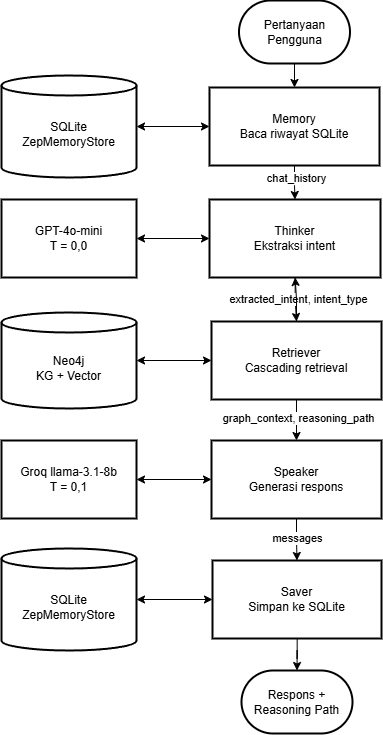
jijiau/Tugas-Akhir-GraphRAG-Kubernetes keeps this draw.io diagram as docs/TA-STI-template-1.0/images/Agent-Interaction.png. Above is the earlier version. Source tidied: cells renumbered, new cells last; positions are measured from the earlier drawing's top-left corner, leaving out a move shared by most shapes.
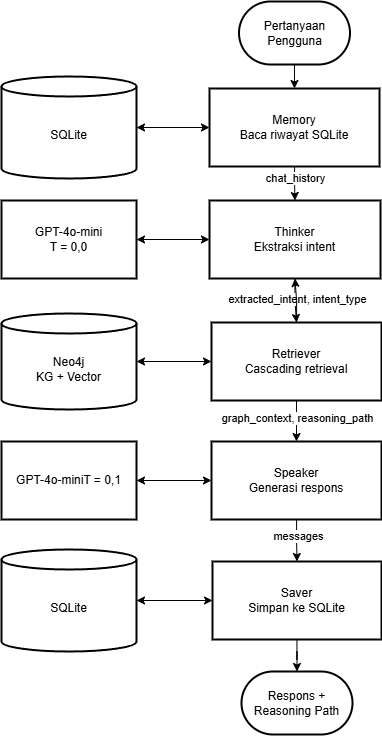
The same file after the commit.

Change to the diagram source:
```diff
@@ -67,7 +67,7 @@
     <mxCell id="20" value="Saver&#10;Simpan ke SQLite" style="whiteSpace=wrap;strokeWidth=2;" parent="1" vertex="1">
       <mxGeometry x="211" y="560" width="169" height="78" as="geometry" />
     </mxCell>
-    <mxCell id="21" value="SQLite&#10;ZepMemoryStore" style="shape=cylinder3;boundedLbl=1;backgroundOutline=1;size=10;strokeWidth=2;whiteSpace=wrap;" parent="1" vertex="1">
+    <mxCell id="21" value="SQLite" style="shape=cylinder3;boundedLbl=1;backgroundOutline=1;size=10;strokeWidth=2;whiteSpace=wrap;" parent="1" vertex="1">
       <mxGeometry y="75" width="135" height="102" as="geometry" />
     </mxCell>
     <mxCell id="22" value="GPT-4o-mini&#10;T = 0,0" style="whiteSpace=wrap;strokeWidth=2;" parent="1" vertex="1">
@@ -76,10 +76,10 @@
     <mxCell id="23" value="Neo4j&#10;KG + Vector" style="shape=cylinder3;boundedLbl=1;backgroundOutline=1;size=10;strokeWidth=2;whiteSpace=wrap;" parent="1" vertex="1">
       <mxGeometry y="312" width="135" height="96" as="geometry" />
     </mxCell>
-    <mxCell id="24" value="Groq llama-3.1-8b&#10;T = 0,1" style="whiteSpace=wrap;strokeWidth=2;" parent="1" vertex="1">
+    <mxCell id="24" value="GPT-4o-miniT = 0,1" style="whiteSpace=wrap;strokeWidth=2;" parent="1" vertex="1">
       <mxGeometry y="440" width="135" height="78" as="geometry" />
     </mxCell>
-    <mxCell id="25" value="SQLite&#10;ZepMemoryStore" style="shape=cylinder3;boundedLbl=1;backgroundOutline=1;size=10;strokeWidth=2;whiteSpace=wrap;" parent="1" vertex="1">
+    <mxCell id="25" value="SQLite" style="shape=cylinder3;boundedLbl=1;backgroundOutline=1;size=10;strokeWidth=2;whiteSpace=wrap;" parent="1" vertex="1">
       <mxGeometry y="548" width="135" height="102" as="geometry" />
     </mxCell>
     <mxCell id="26" style="edgeStyle=orthogonalEdgeStyle;rounded=0;jettySize=auto;html=1;entryX=1;entryY=0.5;entryDx=0;entryDy=0;entryPerimeter=0;startArrow=classic;startFill=1;" parent="1" edge="1" source="6" target="21">
```
